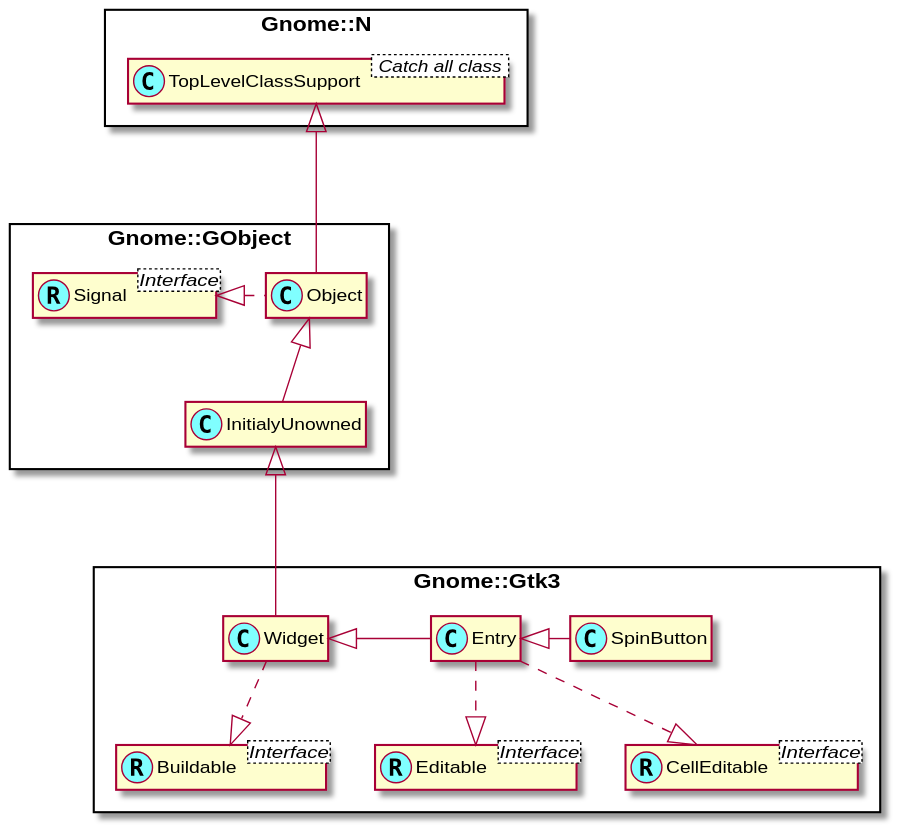
Before: docs/content-docs/reference/Gtk3/plantuml/SpinButton.svg, a diagram exported from PlantUML (MARTIMM/gnome-gtk3).
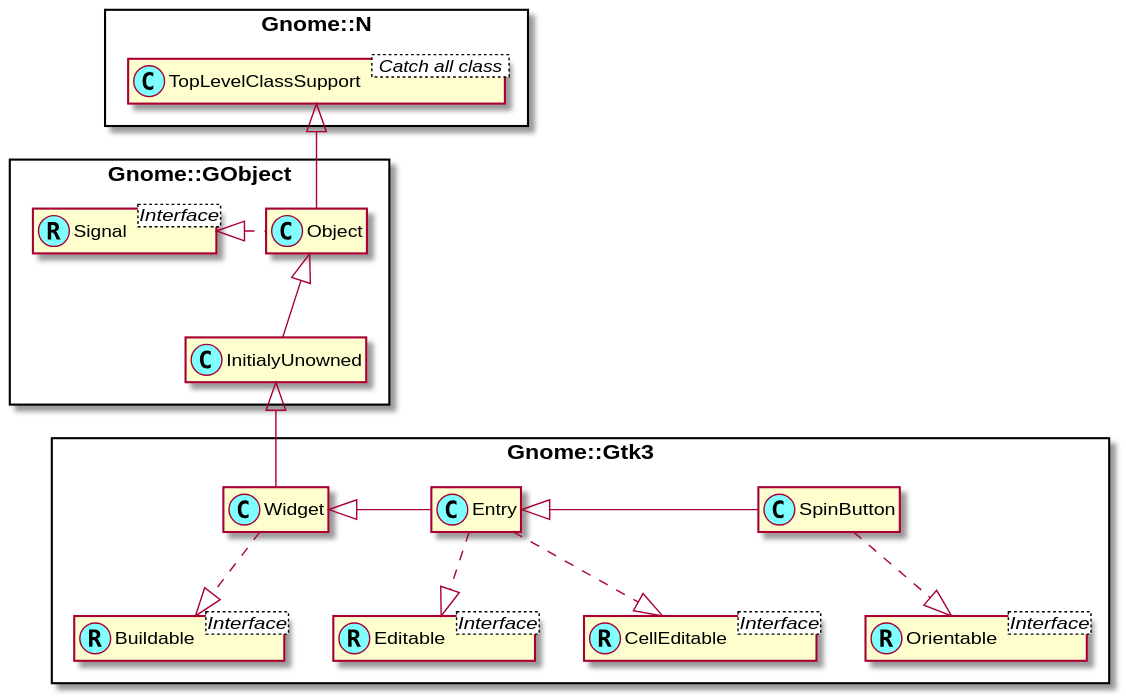
Later version of the same file.

Commit message:
bugfix. had to add the role Orientable to SpinButton

What changed in the source:
```diff
@@ -6,7 +6,7 @@
 
 
 class Gnome::N::TopLevelClassSupport < Catch all class >
-Gnome::N::TopLevelClassSupport <|--- Gnome::GObject::Object
+Gnome::N::TopLevelClassSupport <|-- Gnome::GObject::Object
 
 Interface Gnome::GObject::Signal <Interface>
 class Gnome::GObject::Signal <<(R,#80ffff)>>
@@ -20,25 +20,22 @@
 Interface Gnome::Gtk3::Editable <Interface>
 class Gnome::Gtk3::Editable <<(R,#80ffff)>>
 
+Interface Gnome::Gtk3::Orientable <Interface>
+class Gnome::Gtk3::Orientable <<(R,#80ffff)>>
+
+
+
 Gnome::GObject::Object <|-- Gnome::GObject::InitialyUnowned
 Gnome::GObject::Signal <|. Gnome::GObject::Object
 
-Gnome::GObject::InitialyUnowned <|--- Gnome::Gtk3::Widget
+Gnome::GObject::InitialyUnowned <|-- Gnome::Gtk3::Widget
 Gnome::Gtk3::Widget ..|> Gnome::Gtk3::Buildable
-
 
 Gnome::Gtk3::Widget <|- Gnome::Gtk3::Entry
 Gnome::Gtk3::Entry ..|> Gnome::Gtk3::CellEditable
 Gnome::Gtk3::Entry ..|> Gnome::Gtk3::Editable
 
 Gnome::Gtk3::Entry <|- Gnome::Gtk3::SpinButton
-
-
-
-
-
-
-
-
+Gnome::Gtk3::SpinButton ..|> Gnome::Gtk3::Orientable
 
 @enduml
```
